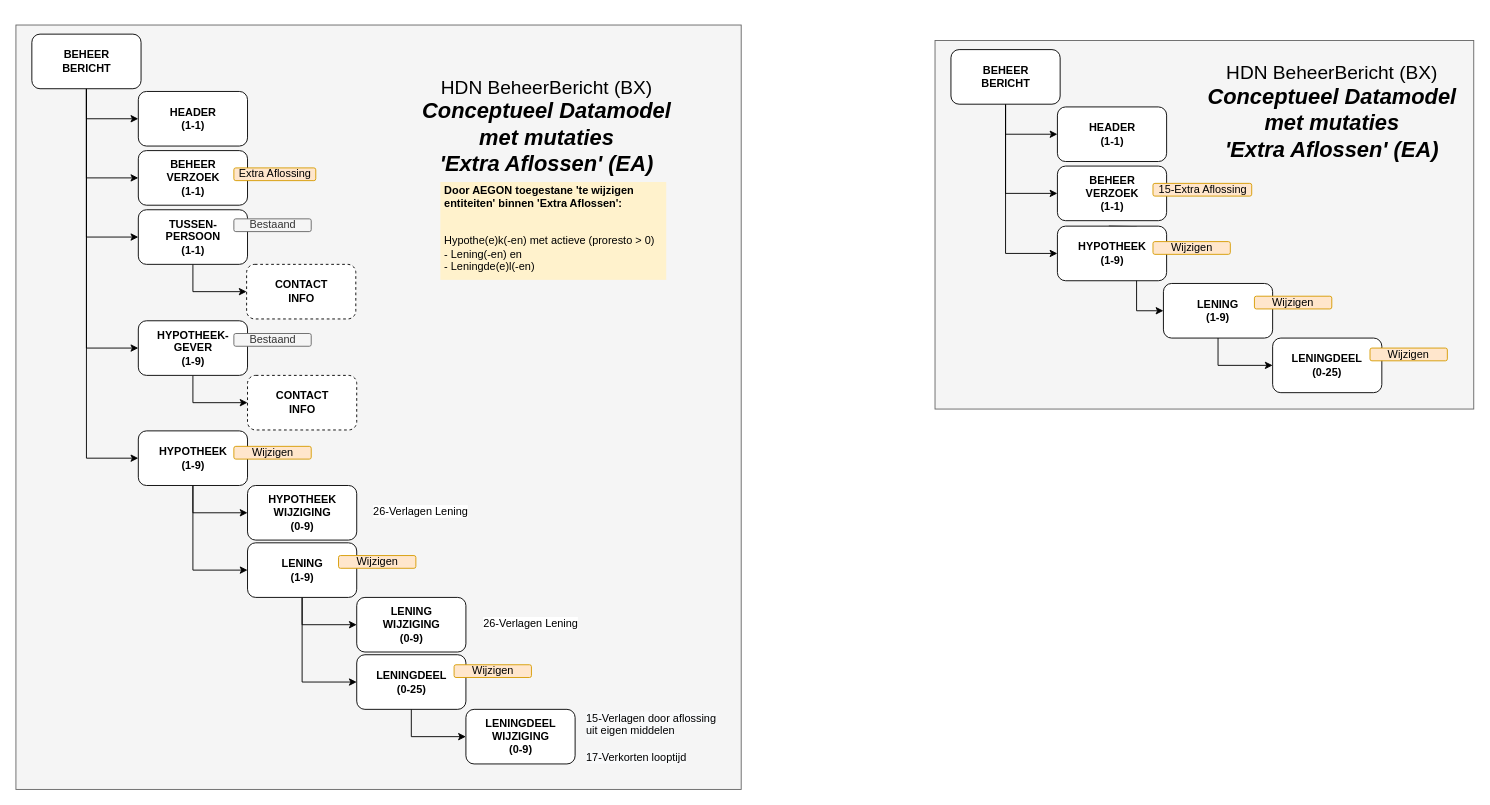
Earlier version of the draw.io diagram page "DataModel EA met mutaties" (2 of 5) of HDN_BX_MM_ExtraAflossing.drawio (luchthandel/diagrams). Source tidied: cells renumbered, new cells numbered last; positions are measured from the earlier drawing's top-left corner, leaving out a move shared by most shapes. Both pictures are drawn from the tidied source at 91%, with x=0, y=0 at pixel (15, 25).
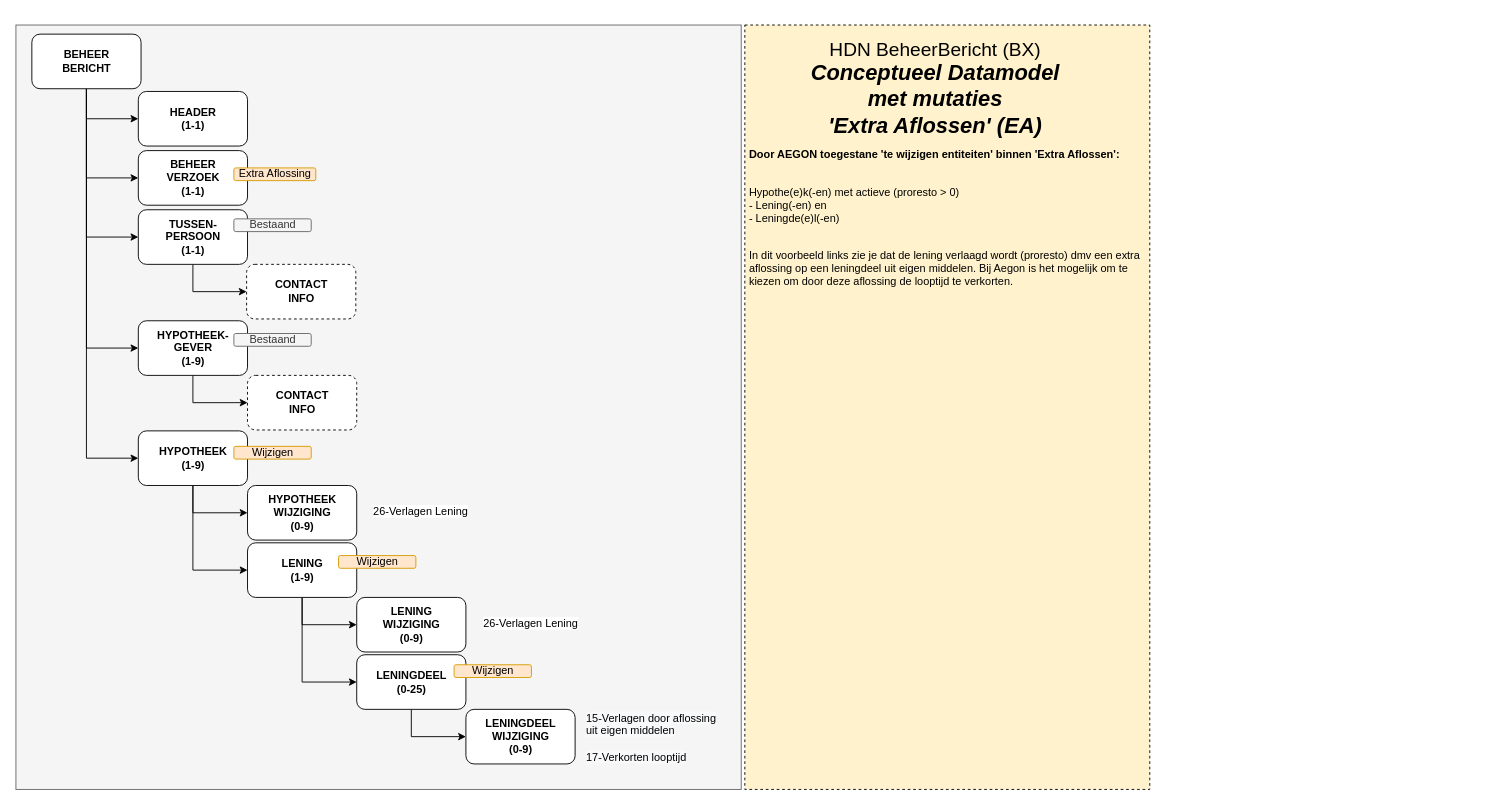
The same diagram, later.

What changed in the source:
```diff
@@
-    <mxCell id="31" value="&lt;font style=&quot;font-size: 21px&quot;&gt;HDN BeheerBericht (BX)&lt;br&gt;&lt;/font&gt;&lt;span style=&quot;font-size: 24px&quot;&gt;&lt;b&gt;&lt;i&gt;Conceptueel Datamodel met mutaties&lt;br&gt;'Extra Aflossen' (EA)&lt;br&gt;&lt;/i&gt;&lt;/b&gt;&lt;/span&gt;" style="text;html=1;strokeColor=none;fillColor=none;align=center;verticalAlign=middle;whiteSpace=wrap;rounded=0;" parent="1" vertex="1">
-      <mxGeometry x="427" y="64" width="312.5" height="93" as="geometry" />
-    </mxCell>
@@
-    <mxCell id="38" value="&lt;p&gt;&lt;b&gt;Door AEGON toegestane 'te wijzigen entiteiten' binnen 'Extra Aflossen':&lt;/b&gt;&lt;/p&gt;&lt;p&gt;&lt;b&gt;&lt;br&gt;&lt;/b&gt;Hypothe(e)k(-en) met actieve (proresto &amp;gt; 0)&lt;br&gt;- Lening(-en) en&lt;br&gt;- Leningde(e)l(-en)&lt;br&gt;&lt;/p&gt;" style="text;html=1;fillColor=#fff2cc;spacing=5;spacingTop=-20;whiteSpace=wrap;overflow=hidden;rounded=0;verticalAlign=top;" parent="1" vertex="1">
-      <mxGeometry x="466.4" y="172.5" width="248.2" height="107.5" as="geometry" />
-    </mxCell>
-    <mxCell id="39" style="rounded=0;whiteSpace=wrap;html=1;fillColor=#f5f5f5;strokeColor=#666666;fontColor=#333333;labelBackgroundColor=none;" parent="1" vertex="1">
-      <mxGeometry x="1010" y="17" width="592" height="405" as="geometry" />
-    </mxCell>
-    <mxCell id="40" style="edgeStyle=orthogonalEdgeStyle;rounded=0;jettySize=auto;html=1;exitX=0.5;exitY=1;exitDx=0;exitDy=0;entryX=0;entryY=0.5;entryDx=0;entryDy=0;" parent="1" edge="1" source="41" target="42">
-      <mxGeometry relative="1" as="geometry" />
-    </mxCell>
-    <mxCell id="41" value="LENING&lt;br&gt;(1-9)" style="rounded=1;whiteSpace=wrap;html=1;fontStyle=1;" parent="1" vertex="1">
-      <mxGeometry x="1261" y="284" width="120" height="60" as="geometry" />
-    </mxCell>
-    <mxCell id="42" value="LENINGDEEL&lt;br&gt;(0-25)" style="rounded=1;whiteSpace=wrap;html=1;fontStyle=1;" parent="1" vertex="1">
-      <mxGeometry x="1381" y="344" width="120" height="60" as="geometry" />
-    </mxCell>
-    <mxCell id="43" style="edgeStyle=orthogonalEdgeStyle;rounded=0;jettySize=auto;html=1;exitX=0.5;exitY=1;exitDx=0;exitDy=0;entryX=0;entryY=0.5;entryDx=0;entryDy=0;" parent="1" edge="1" source="46" target="48">
-      <mxGeometry relative="1" as="geometry" />
-    </mxCell>
-    <mxCell id="44" style="edgeStyle=orthogonalEdgeStyle;rounded=0;jettySize=auto;html=1;exitX=0.5;exitY=1;exitDx=0;exitDy=0;entryX=0;entryY=0.5;entryDx=0;entryDy=0;" parent="1" edge="1" source="46" target="47">
-      <mxGeometry relative="1" as="geometry" />
-    </mxCell>
-    <mxCell id="45" style="edgeStyle=orthogonalEdgeStyle;rounded=0;jettySize=auto;html=1;exitX=0.5;exitY=1;exitDx=0;exitDy=0;entryX=0;entryY=0.5;entryDx=0;entryDy=0;" parent="1" edge="1" source="46" target="50">
-      <mxGeometry relative="1" as="geometry" />
-    </mxCell>
-    <mxCell id="46" value="BEHEER&lt;br&gt;BERICHT" style="rounded=1;whiteSpace=wrap;html=1;fontStyle=1;" parent="1" vertex="1">
-      <mxGeometry x="1027.5" y="27" width="120" height="60" as="geometry" />
-    </mxCell>
-    <mxCell id="47" value="BEHEER&lt;br&gt;VERZOEK&lt;br&gt;(1-1)" style="rounded=1;whiteSpace=wrap;html=1;fontStyle=1;" parent="1" vertex="1">
-      <mxGeometry x="1144.5" y="155" width="120" height="60" as="geometry" />
-    </mxCell>
-    <mxCell id="48" value="HEADER&lt;br&gt;(1-1)" style="rounded=1;whiteSpace=wrap;html=1;fontStyle=1;" parent="1" vertex="1">
-      <mxGeometry x="1144.5" y="90" width="120" height="60" as="geometry" />
-    </mxCell>
-    <mxCell id="49" style="edgeStyle=orthogonalEdgeStyle;rounded=0;jettySize=auto;html=1;exitX=0.5;exitY=1;exitDx=0;exitDy=0;entryX=0;entryY=0.5;entryDx=0;entryDy=0;" parent="1" edge="1" target="41">
-      <mxGeometry relative="1" as="geometry">
-        <mxPoint x="1201" y="221" as="sourcePoint" />
-      </mxGeometry>
-    </mxCell>
-    <mxCell id="50" value="HYPOTHEEK&lt;br&gt;(1-9)" style="rounded=1;whiteSpace=wrap;html=1;fontStyle=1;" parent="1" vertex="1">
-      <mxGeometry x="1144.5" y="221" width="120" height="60" as="geometry" />
-    </mxCell>
-    <mxCell id="51" value="&lt;span style=&quot;font-weight: 400&quot;&gt;Wijzigen&lt;/span&gt;" style="rounded=1;whiteSpace=wrap;html=1;fontStyle=1;fillColor=#ffe6cc;strokeColor=#d79b00;" parent="1" vertex="1">
-      <mxGeometry x="1249.5" y="238" width="85" height="14" as="geometry" />
-    </mxCell>
-    <mxCell id="52" value="&lt;span style=&quot;font-weight: 400&quot;&gt;Wijzigen&lt;/span&gt;" style="rounded=1;whiteSpace=wrap;html=1;fontStyle=1;fillColor=#ffe6cc;strokeColor=#d79b00;" parent="1" vertex="1">
-      <mxGeometry x="1361" y="298" width="85" height="14" as="geometry" />
-    </mxCell>
-    <mxCell id="53" value="&lt;span style=&quot;font-weight: 400&quot;&gt;Wijzigen&lt;/span&gt;" style="rounded=1;whiteSpace=wrap;html=1;fontStyle=1;fillColor=#ffe6cc;strokeColor=#d79b00;" parent="1" vertex="1">
-      <mxGeometry x="1488" y="355" width="85" height="14" as="geometry" />
-    </mxCell>
-    <mxCell id="54" value="&lt;span style=&quot;font-weight: 400&quot;&gt;15-Extra Aflossing&lt;/span&gt;" style="rounded=1;whiteSpace=wrap;html=1;fontStyle=1;fillColor=#ffe6cc;strokeColor=#d79b00;" parent="1" vertex="1">
-      <mxGeometry x="1249.5" y="174" width="108.5" height="14" as="geometry" />
-    </mxCell>
-    <mxCell id="55" value="&lt;font style=&quot;font-size: 21px&quot;&gt;HDN BeheerBericht (BX)&lt;br&gt;&lt;/font&gt;&lt;span style=&quot;font-size: 24px&quot;&gt;&lt;b&gt;&lt;i&gt;Conceptueel Datamodel met mutaties&lt;br&gt;'Extra Aflossen' (EA)&lt;br&gt;&lt;/i&gt;&lt;/b&gt;&lt;/span&gt;" style="text;html=1;strokeColor=none;fillColor=none;align=center;verticalAlign=middle;whiteSpace=wrap;rounded=0;" parent="1" vertex="1">
-      <mxGeometry x="1290" y="48" width="312.5" height="93" as="geometry" />
-    </mxCell>
+    <mxCell id="56" value="&lt;p&gt;&lt;b&gt;&lt;br class=&quot;Apple-interchange-newline&quot;&gt;&lt;br&gt;&lt;/b&gt;&lt;/p&gt;&lt;p&gt;&lt;b&gt;&lt;br class=&quot;Apple-interchange-newline&quot;&gt;&lt;br&gt;&lt;/b&gt;&lt;/p&gt;&lt;p&gt;&lt;br&gt;&lt;/p&gt;&lt;p&gt;&lt;br&gt;&lt;/p&gt;&lt;p&gt;&lt;b&gt;Door AEGON toegestane 'te wijzigen entiteiten' binnen 'Extra Aflossen':&lt;/b&gt;&lt;br&gt;&lt;/p&gt;&lt;p&gt;&lt;b&gt;&lt;br&gt;&lt;/b&gt;Hypothe(e)k(-en) met actieve (proresto &amp;gt; 0)&lt;br&gt;- Lening(-en) en&lt;br&gt;- Leningde(e)l(-en)&lt;/p&gt;&lt;br&gt;In dit voorbeeld links zie je dat de lening verlaagd wordt (proresto) dmv een extra aflossing op een leningdeel uit eigen middelen. Bij Aegon is het mogelijk om te kiezen om door deze aflossing de looptijd te verkorten.&lt;br&gt;&lt;p&gt;&lt;/p&gt;" style="text;html=1;fillColor=#fff2cc;spacing=5;spacingTop=-20;whiteSpace=wrap;overflow=hidden;rounded=0;align=left;fontSize=12;verticalAlign=top;strokeColor=#000000;dashed=1;" parent="1" vertex="1">
+      <mxGeometry x="801" width="445" height="840" as="geometry" />
+    </mxCell>
+    <mxCell id="31" value="&lt;font style=&quot;font-size: 21px&quot;&gt;HDN BeheerBericht (BX)&lt;br&gt;&lt;/font&gt;&lt;span style=&quot;font-size: 24px&quot;&gt;&lt;b&gt;&lt;i&gt;Conceptueel Datamodel met mutaties&lt;br&gt;'Extra Aflossen' (EA)&lt;br&gt;&lt;/i&gt;&lt;/b&gt;&lt;/span&gt;" style="text;html=1;strokeColor=none;fillColor=none;align=center;verticalAlign=middle;whiteSpace=wrap;rounded=0;" parent="1" vertex="1">
+      <mxGeometry x="854" y="22" width="312.5" height="93" as="geometry" />
+    </mxCell>
```
